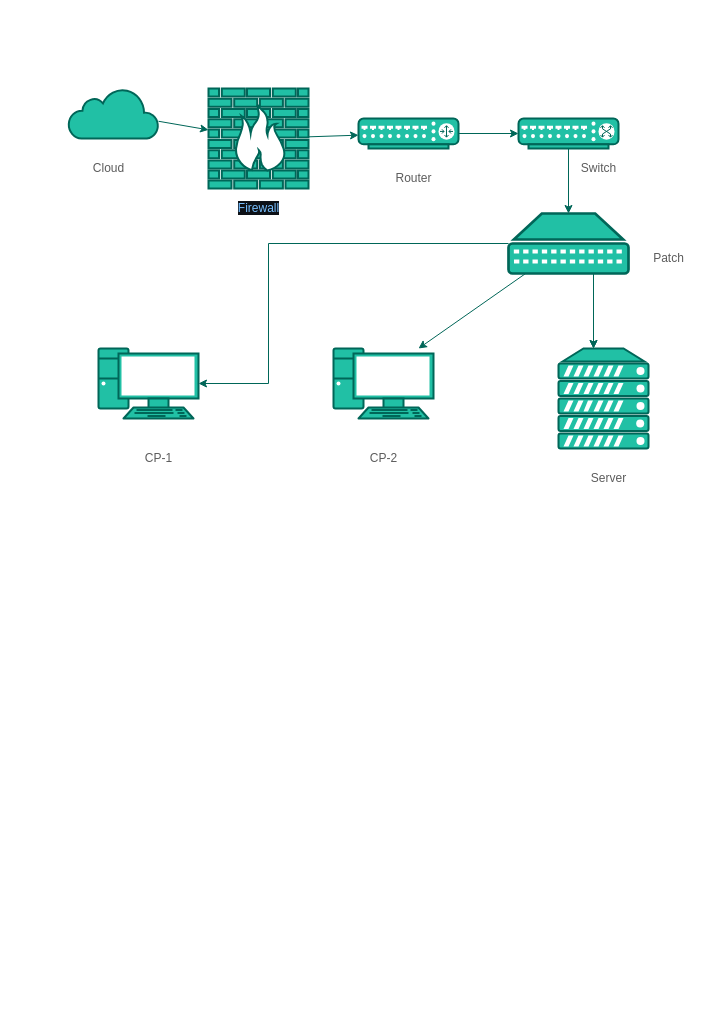
Earlier version of the draw.io diagram Untitled Diagram.drawio (flipifucan/BootCampSecurity). Source tidied: cells renumbered, new cells numbered last; positions are measured from the earlier drawing's top-left corner, leaving out a move shared by most shapes. Both pictures are drawn from the tidied source at 100%, with x=0, y=0 at pixel (68, 88).
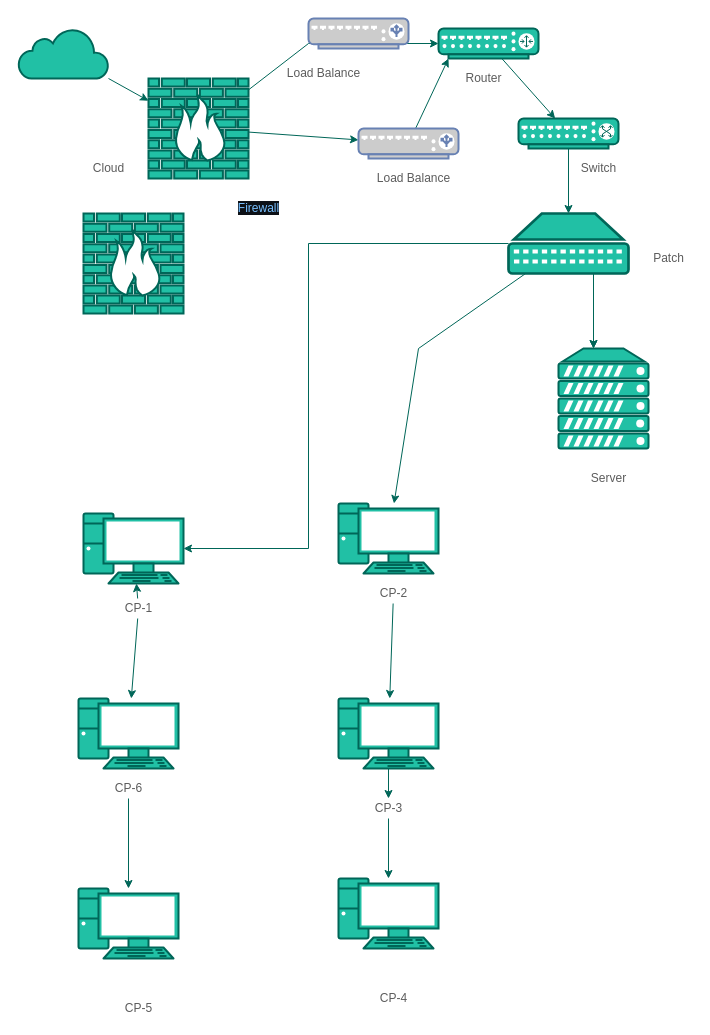
Above is the later version.

The change refers to these unchanged cells:
```xml
<mxCell id="17" style="fontColor=#5C5C5C;verticalAlign=top;verticalLabelPosition=bottom;labelPosition=center;align=center;html=1;outlineConnect=0;fillColor=#21C0A5;strokeColor=#006658;gradientColor=none;gradientDirection=north;strokeWidth=2;shape=mxgraph.networks.patch_panel;fontFamily=Helvetica;fontSize=12;" parent="1" vertex="1">
  <mxGeometry x="440" y="125" width="120" height="60" as="geometry" />
</mxCell>
```

Diff of the diagram source:
```diff
@@
     <mxCell id="2" style="fontColor=#5C5C5C;verticalAlign=top;verticalLabelPosition=bottom;labelPosition=center;align=center;html=1;outlineConnect=0;fillColor=#21C0A5;strokeColor=#006658;gradientDirection=north;strokeWidth=2;shape=mxgraph.networks.pc;" parent="1" vertex="1">
-      <mxGeometry x="30" y="260" width="100" height="70" as="geometry" />
+      <mxGeometry x="15" y="425" width="100" height="70" as="geometry" />
     </mxCell>
@@
     <mxCell id="4" style="fontColor=#5C5C5C;verticalAlign=top;verticalLabelPosition=bottom;labelPosition=center;align=center;html=1;outlineConnect=0;fillColor=#21C0A5;strokeColor=#006658;gradientDirection=north;strokeWidth=2;shape=mxgraph.networks.router;" parent="1" vertex="1">
-      <mxGeometry x="290" y="30" width="100" height="30" as="geometry" />
+      <mxGeometry x="370" y="-60" width="100" height="30" as="geometry" />
     </mxCell>
@@
     <mxCell id="8" style="edgeStyle=none;rounded=0;jettySize=auto;html=1;strokeColor=#006658;fontColor=#5C5C5C;" parent="1" edge="1" source="9" target="4">
-      <mxGeometry relative="1" as="geometry" />
+      <mxGeometry relative="1" as="geometry">
+        <Array as="points">
+          <mxPoint x="240" y="-45" />
+        </Array>
+      </mxGeometry>
     </mxCell>
+    <mxCell id="26" style="edgeStyle=none;rounded=1;sketch=0;jettySize=auto;html=1;fontColor=#5C5C5C;strokeColor=#006658;fillColor=#21C0A5;" parent="1" edge="1" source="9" target="38">
+      <mxGeometry relative="1" as="geometry" />
+    </mxCell>
     <mxCell id="9" style="fontColor=#5C5C5C;verticalAlign=top;verticalLabelPosition=bottom;labelPosition=center;align=center;html=1;outlineConnect=0;fillColor=#21C0A5;strokeColor=#006658;gradientDirection=north;strokeWidth=2;shape=mxgraph.networks.firewall;" parent="1" vertex="1">
-      <mxGeometry x="140" width="100" height="100" as="geometry" />
+      <mxGeometry x="80" y="-10" width="100" height="100" as="geometry" />
     </mxCell>
@@
     <mxCell id="11" style="html=1;outlineConnect=0;fillColor=#21C0A5;strokeColor=#006658;gradientDirection=north;strokeWidth=2;shape=mxgraph.networks.cloud;fontColor=#5C5C5C;" parent="1" vertex="1">
-      <mxGeometry width="90" height="50" as="geometry" />
+      <mxGeometry x="-50" y="-60" width="90" height="50" as="geometry" />
     </mxCell>
     <mxCell id="12" style="fontColor=#5C5C5C;verticalAlign=top;verticalLabelPosition=bottom;labelPosition=center;align=center;html=1;outlineConnect=0;fillColor=#21C0A5;strokeColor=#006658;gradientDirection=north;strokeWidth=2;shape=mxgraph.networks.pc;" parent="1" vertex="1">
-      <mxGeometry x="265" y="260" width="100" height="70" as="geometry" />
+      <mxGeometry x="270" y="415" width="100" height="70" as="geometry" />
     </mxCell>
     <mxCell id="13" style="edgeStyle=elbowEdgeStyle;rounded=0;jettySize=auto;html=1;strokeColor=#006658;fontColor=#5C5C5C;" parent="1" edge="1" source="17" target="2">
       <mxGeometry relative="1" as="geometry">
         <Array as="points">
-          <mxPoint x="200" y="230" />
+          <mxPoint x="240" y="310" />
         </Array>
       </mxGeometry>
     </mxCell>
@@
+    <mxCell id="27" style="edgeStyle=none;rounded=1;sketch=0;jettySize=auto;html=1;fontColor=#5C5C5C;strokeColor=#006658;fillColor=#21C0A5;" parent="1" edge="1" source="18" target="33">
+      <mxGeometry relative="1" as="geometry" />
+    </mxCell>
     <mxCell id="18" value="CP-2" style="text;html=1;align=center;verticalAlign=middle;points=[];fillColor=none;strokeColor=none;rounded=0;fontColor=#5C5C5C;" parent="1" vertex="1">
-      <mxGeometry x="295" y="360" width="40" height="20" as="geometry" />
+      <mxGeometry x="305" y="495" width="40" height="20" as="geometry" />
     </mxCell>
+    <mxCell id="28" style="edgeStyle=none;rounded=1;sketch=0;jettySize=auto;html=1;fontColor=#5C5C5C;strokeColor=#006658;fillColor=#21C0A5;" parent="1" edge="1" source="19" target="2">
+      <mxGeometry relative="1" as="geometry" />
+    </mxCell>
+    <mxCell id="29" style="edgeStyle=none;rounded=1;sketch=0;jettySize=auto;html=1;fontColor=#5C5C5C;strokeColor=#006658;fillColor=#21C0A5;" parent="1" edge="1" source="19" target="30">
+      <mxGeometry relative="1" as="geometry" />
+    </mxCell>
     <mxCell id="19" value="CP-1" style="text;html=1;align=center;verticalAlign=middle;points=[];fillColor=none;strokeColor=none;rounded=0;fontColor=#5C5C5C;" parent="1" vertex="1">
-      <mxGeometry x="70" y="360" width="40" height="20" as="geometry" />
+      <mxGeometry x="50" y="510" width="40" height="20" as="geometry" />
     </mxCell>
@@
     <mxCell id="22" value="Router" style="text;html=1;align=center;verticalAlign=middle;fillColor=none;strokeColor=none;rounded=0;fontColor=#5C5C5C;" parent="1" vertex="1">
-      <mxGeometry x="320" y="80" width="50" height="20" as="geometry" />
+      <mxGeometry x="390" y="-20" width="50" height="20" as="geometry" />
     </mxCell>
@@
+    <mxCell id="30" style="fontColor=#5C5C5C;verticalAlign=top;verticalLabelPosition=bottom;labelPosition=center;align=center;html=1;outlineConnect=0;fillColor=#21C0A5;strokeColor=#006658;gradientDirection=north;strokeWidth=2;shape=mxgraph.networks.pc;" parent="1" vertex="1">
+      <mxGeometry x="10" y="610" width="100" height="70" as="geometry" />
+    </mxCell>
+    <mxCell id="31" style="fontColor=#5C5C5C;verticalAlign=top;verticalLabelPosition=bottom;labelPosition=center;align=center;html=1;outlineConnect=0;fillColor=#21C0A5;strokeColor=#006658;gradientDirection=north;strokeWidth=2;shape=mxgraph.networks.pc;" parent="1" vertex="1">
+      <mxGeometry x="10" y="800" width="100" height="70" as="geometry" />
+    </mxCell>
+    <mxCell id="32" style="edgeStyle=none;rounded=1;sketch=0;jettySize=auto;html=1;fontColor=#5C5C5C;strokeColor=#006658;fillColor=#21C0A5;" parent="1" edge="1" source="33" target="44">
+      <mxGeometry relative="1" as="geometry" />
+    </mxCell>
+    <mxCell id="33" style="fontColor=#5C5C5C;verticalAlign=top;verticalLabelPosition=bottom;labelPosition=center;align=center;html=1;outlineConnect=0;fillColor=#21C0A5;strokeColor=#006658;gradientDirection=north;strokeWidth=2;shape=mxgraph.networks.pc;" parent="1" vertex="1">
+      <mxGeometry x="270" y="610" width="100" height="70" as="geometry" />
+    </mxCell>
+    <mxCell id="34" style="fontColor=#5C5C5C;verticalAlign=top;verticalLabelPosition=bottom;labelPosition=center;align=center;html=1;outlineConnect=0;fillColor=#21C0A5;strokeColor=#006658;gradientDirection=north;strokeWidth=2;shape=mxgraph.networks.pc;" parent="1" vertex="1">
+      <mxGeometry x="270" y="790" width="100" height="70" as="geometry" />
+    </mxCell>
+    <mxCell id="35" style="fontColor=#5C5C5C;verticalAlign=top;verticalLabelPosition=bottom;labelPosition=center;align=center;html=1;fillColor=#21C0A5;strokeColor=#006658;gradientDirection=north;strokeWidth=2;shape=mxgraph.networks.firewall;" parent="1" vertex="1">
+      <mxGeometry x="15" y="125" width="100" height="100" as="geometry" />
+    </mxCell>
+    <mxCell id="36" style="fontColor=#0066CC;verticalAlign=top;verticalLabelPosition=bottom;labelPosition=center;align=center;html=1;fillColor=#CCCCCC;strokeColor=#6881B3;gradientColor=none;gradientDirection=north;strokeWidth=2;shape=mxgraph.networks.load_balancer;rounded=0;sketch=0;" parent="1" vertex="1">
+      <mxGeometry x="240" y="-70" width="100" height="30" as="geometry" />
+    </mxCell>
+    <mxCell id="37" style="edgeStyle=none;rounded=1;sketch=0;jettySize=auto;html=1;fontColor=#5C5C5C;strokeColor=#006658;fillColor=#21C0A5;entryX=0.1;entryY=1;entryDx=0;entryDy=0;entryPerimeter=0;" parent="1" edge="1" source="38" target="4">
+      <mxGeometry relative="1" as="geometry" />
+    </mxCell>
+    <mxCell id="38" style="fontColor=#0066CC;verticalAlign=top;verticalLabelPosition=bottom;labelPosition=center;align=center;html=1;outlineConnect=0;fillColor=#CCCCCC;strokeColor=#6881B3;gradientColor=none;gradientDirection=north;strokeWidth=2;shape=mxgraph.networks.load_balancer;rounded=0;sketch=0;" parent="1" vertex="1">
+      <mxGeometry x="290" y="40" width="100" height="30" as="geometry" />
+    </mxCell>
+    <mxCell id="39" value="Load Balance" style="text;html=1;align=center;verticalAlign=middle;fillColor=none;strokeColor=none;rounded=0;sketch=0;fontColor=#5C5C5C;" parent="1" vertex="1">
+      <mxGeometry x="300" y="80" width="90" height="20" as="geometry" />
+    </mxCell>
+    <mxCell id="40" value="Load Balance" style="text;html=1;align=center;verticalAlign=middle;fillColor=none;strokeColor=none;rounded=0;sketch=0;fontColor=#5C5C5C;" parent="1" vertex="1">
+      <mxGeometry x="210" y="-25" width="90" height="20" as="geometry" />
+    </mxCell>
+    <mxCell id="41" style="edgeStyle=none;rounded=1;sketch=0;jettySize=auto;html=1;fontColor=#5C5C5C;strokeColor=#006658;fillColor=#21C0A5;" parent="1" edge="1" source="42" target="31">
+      <mxGeometry relative="1" as="geometry" />
+    </mxCell>
+    <mxCell id="42" value="CP-6" style="text;html=1;align=center;verticalAlign=middle;points=[];fillColor=none;strokeColor=none;rounded=0;sketch=0;fontColor=#5C5C5C;" parent="1" vertex="1">
+      <mxGeometry x="40" y="690" width="40" height="20" as="geometry" />
+    </mxCell>
+    <mxCell id="43" style="edgeStyle=none;rounded=1;sketch=0;jettySize=auto;html=1;fontColor=#5C5C5C;strokeColor=#006658;fillColor=#21C0A5;" parent="1" edge="1" source="44" target="34">
+      <mxGeometry relative="1" as="geometry" />
+    </mxCell>
+    <mxCell id="44" value="CP-3" style="text;html=1;align=center;verticalAlign=middle;points=[];fillColor=none;strokeColor=none;rounded=0;sketch=0;fontColor=#5C5C5C;" parent="1" vertex="1">
+      <mxGeometry x="300" y="710" width="40" height="20" as="geometry" />
+    </mxCell>
+    <mxCell id="45" value="CP-4" style="text;html=1;align=center;verticalAlign=middle;fillColor=none;strokeColor=none;rounded=0;sketch=0;fontColor=#5C5C5C;" parent="1" vertex="1">
+      <mxGeometry x="305" y="900" width="40" height="20" as="geometry" />
+    </mxCell>
+    <mxCell id="46" value="CP-5" style="text;html=1;align=center;verticalAlign=middle;fillColor=none;strokeColor=none;rounded=0;sketch=0;fontColor=#5C5C5C;" parent="1" vertex="1">
+      <mxGeometry x="50" y="910" width="40" height="20" as="geometry" />
+    </mxCell>
```
